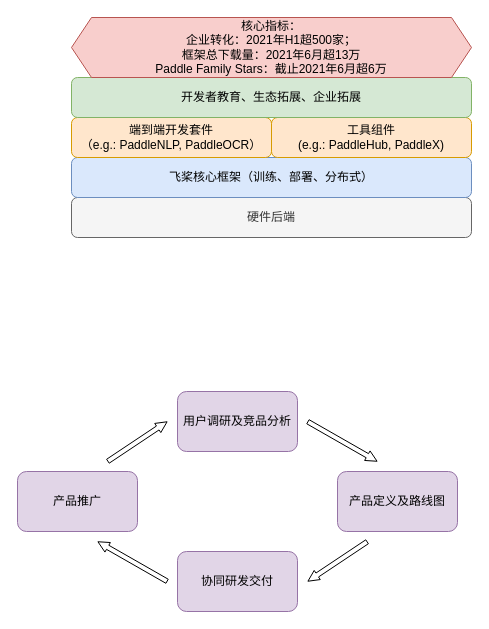
This is paddle_stack.drawio from jzhang533/mydrawings, a draw.io file, before an edit. Source tidied: cells renumbered, new cells numbered last; positions are measured from the earlier drawing's top-left corner, leaving out a move shared by most shapes. Both pictures are drawn from the tidied source at 100%, with x=0, y=0 at pixel (17, 17).
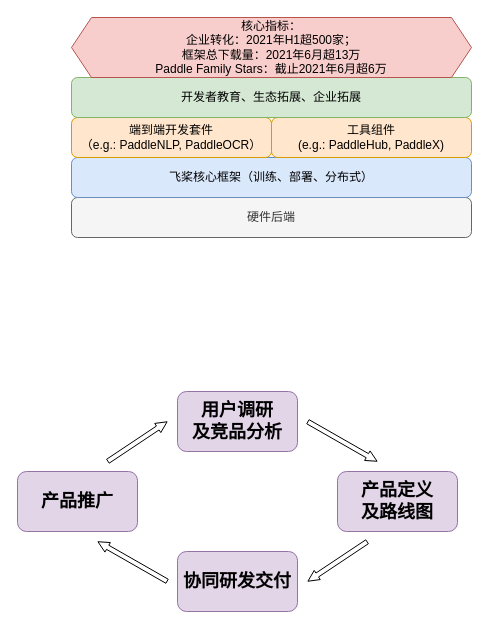
Above is the later version.

Diff of the diagram source:
```diff
@@
 <mxGraphModel>
   <root>
     <mxCell id="0" />
     <mxCell id="1" parent="0" />
     <mxCell id="2" value="硬件后端" style="rounded=1;whiteSpace=wrap;html=1;fillColor=#f5f5f5;strokeColor=#666666;fontColor=#333333;" parent="1" vertex="1">
       <mxGeometry x="54" y="180" width="400" height="40" as="geometry" />
     </mxCell>
     <mxCell id="3" value="飞桨核心框架（训练、部署、分布式）" style="rounded=1;whiteSpace=wrap;html=1;fillColor=#dae8fc;strokeColor=#6c8ebf;" parent="1" vertex="1">
       <mxGeometry x="54" y="140" width="400" height="40" as="geometry" />
     </mxCell>
     <mxCell id="4" value="端到端开发套件&lt;br&gt;（e.g.: PaddleNLP, PaddleOCR）" style="rounded=1;whiteSpace=wrap;html=1;fillColor=#ffe6cc;strokeColor=#d79b00;" parent="1" vertex="1">
       <mxGeometry x="54" y="100" width="200" height="40" as="geometry" />
     </mxCell>
     <mxCell id="5" value="工具组件&lt;br&gt;(e.g.: PaddleHub, PaddleX)" style="rounded=1;whiteSpace=wrap;html=1;fillColor=#ffe6cc;strokeColor=#d79b00;" parent="1" vertex="1">
       <mxGeometry x="254" y="100" width="200" height="40" as="geometry" />
     </mxCell>
     <mxCell id="6" value="开发者教育、生态拓展、企业拓展" style="rounded=1;whiteSpace=wrap;html=1;fillColor=#d5e8d4;strokeColor=#82b366;" parent="1" vertex="1">
       <mxGeometry x="54" y="60" width="400" height="40" as="geometry" />
     </mxCell>
     <mxCell id="7" value="核心指标：&lt;br&gt;企业转化：2021年H1超500家；&lt;br&gt;框架总下载量：2021年6月超13万&lt;br&gt;Paddle Family Stars：截止2021年6月超6万" style="shape=hexagon;perimeter=hexagonPerimeter2;whiteSpace=wrap;html=1;fixedSize=1;fillColor=#f8cecc;strokeColor=#b85450;" parent="1" vertex="1">
       <mxGeometry x="54" width="400" height="60" as="geometry" />
     </mxCell>
-    <mxCell id="8" value="用户调研及竞品分析" style="rounded=1;whiteSpace=wrap;html=1;fillColor=#e1d5e7;strokeColor=#9673a6;" parent="1" vertex="1">
+    <mxCell id="8" value="用户调研&lt;br&gt;及竞品分析" style="rounded=1;whiteSpace=wrap;html=1;fillColor=#e1d5e7;strokeColor=#9673a6;fontFamily=Helvetica;fontStyle=1;fontSize=18;" parent="1" vertex="1">
       <mxGeometry x="160" y="374" width="120" height="60" as="geometry" />
     </mxCell>
-    <mxCell id="9" value="产品定义及路线图" style="rounded=1;whiteSpace=wrap;html=1;fillColor=#e1d5e7;strokeColor=#9673a6;" parent="1" vertex="1">
+    <mxCell id="9" value="产品定义&lt;br&gt;及路线图" style="rounded=1;whiteSpace=wrap;html=1;fillColor=#e1d5e7;strokeColor=#9673a6;fontFamily=Helvetica;fontStyle=1;fontSize=18;" parent="1" vertex="1">
       <mxGeometry x="320" y="454" width="120" height="60" as="geometry" />
     </mxCell>
-    <mxCell id="10" value="协同研发交付" style="rounded=1;whiteSpace=wrap;html=1;fillColor=#e1d5e7;strokeColor=#9673a6;" parent="1" vertex="1">
+    <mxCell id="10" value="协同研发交付" style="rounded=1;whiteSpace=wrap;html=1;fillColor=#e1d5e7;strokeColor=#9673a6;fontFamily=Helvetica;fontStyle=1;fontSize=18;" parent="1" vertex="1">
       <mxGeometry x="160" y="534" width="120" height="60" as="geometry" />
     </mxCell>
-    <mxCell id="11" value="产品推广" style="rounded=1;whiteSpace=wrap;html=1;fillColor=#e1d5e7;strokeColor=#9673a6;" parent="1" vertex="1">
+    <mxCell id="11" value="产品推广" style="rounded=1;whiteSpace=wrap;html=1;fillColor=#e1d5e7;strokeColor=#9673a6;fontFamily=Helvetica;fontStyle=1;fontSize=18;" parent="1" vertex="1">
       <mxGeometry y="454" width="120" height="60" as="geometry" />
     </mxCell>
     <mxCell id="12" style="shape=flexArrow;endArrow=classic;html=1;width=4.697986577181208;endSize=3.4013422818791947;endWidth=5.2754380433313806;" parent="1" edge="1">
       <mxGeometry relative="1" as="geometry">
         <mxPoint x="290" y="404" as="sourcePoint" />
         <mxPoint x="360" y="444" as="targetPoint" />
       </mxGeometry>
     </mxCell>
     <mxCell id="13" style="shape=flexArrow;endArrow=classic;html=1;width=4.697986577181208;endSize=3.4013422818791947;endWidth=5.2754380433313806;" parent="1" edge="1">
       <mxGeometry relative="1" as="geometry">
         <mxPoint x="350" y="524" as="sourcePoint" />
         <mxPoint x="290" y="564" as="targetPoint" />
       </mxGeometry>
     </mxCell>
     <mxCell id="14" style="shape=flexArrow;endArrow=classic;html=1;width=4.697986577181208;endSize=3.4013422818791947;endWidth=5.2754380433313806;" parent="1" edge="1">
       <mxGeometry relative="1" as="geometry">
         <mxPoint x="150" y="564" as="sourcePoint" />
         <mxPoint x="80" y="524" as="targetPoint" />
       </mxGeometry>
     </mxCell>
     <mxCell id="15" style="shape=flexArrow;endArrow=classic;html=1;width=4.697986577181208;endSize=3.4013422818791947;endWidth=5.2754380433313806;" parent="1" edge="1">
       <mxGeometry relative="1" as="geometry">
         <mxPoint x="90" y="444" as="sourcePoint" />
         <mxPoint x="150" y="404" as="targetPoint" />
       </mxGeometry>
     </mxCell>
   </root>
 </mxGraphModel>
```
